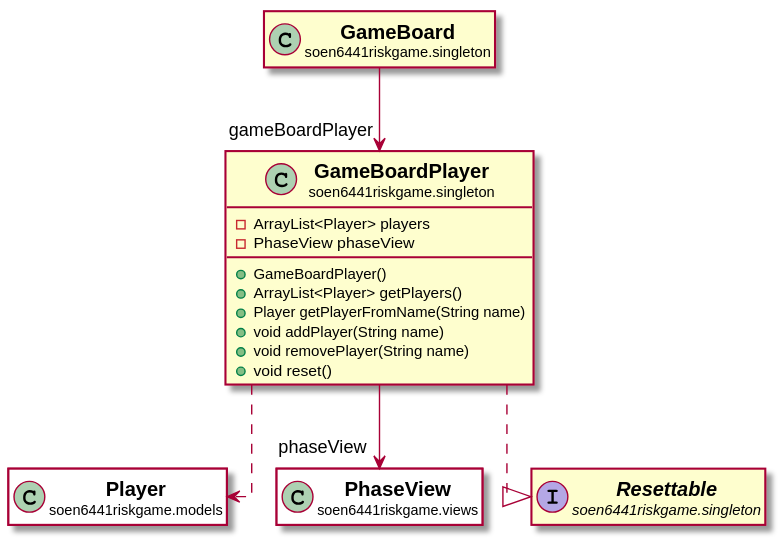
The PlantUML diagram docs/javadocs/soen6441riskgame/singleton/GameBoardPlayer.svg in huntertran/soen6441-riskgame, before a commit.
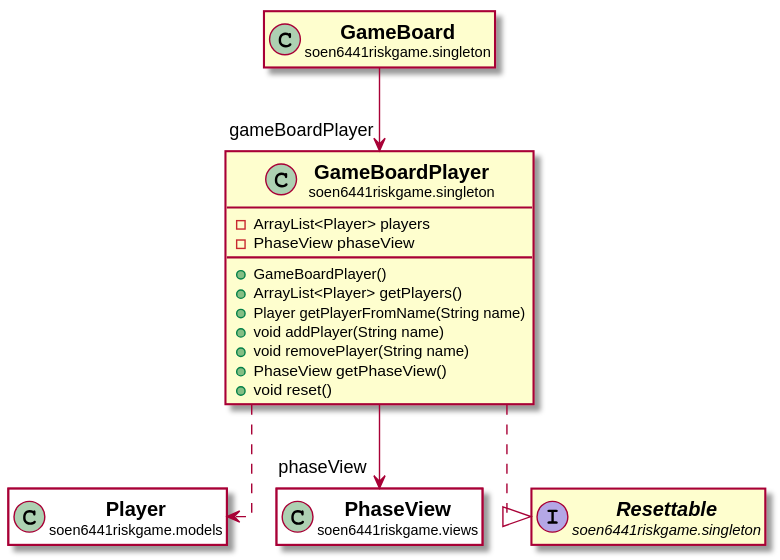
After the change.

The edit, as a diff of the source:
```diff
@@ -11,6 +11,7 @@
 +Player getPlayerFromName(String name)
 +void addPlayer(String name)
 +void removePlayer(String name)
++PhaseView getPhaseView()
 +void reset()
 }
 
```
